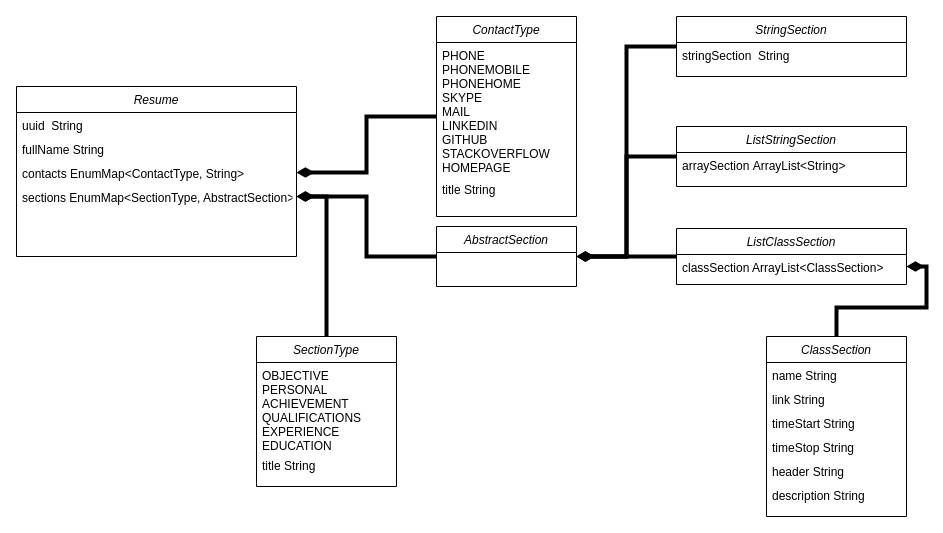
This is объектная модель резюме.drawio from darken321/diagrams, a draw.io file, before an edit. Source tidied: cells renumbered, new cells numbered last; positions are measured from the earlier drawing's top-left corner, leaving out a move shared by most shapes. Both pictures are drawn from the tidied source at 100%, with x=0, y=0 at pixel (16, 16).
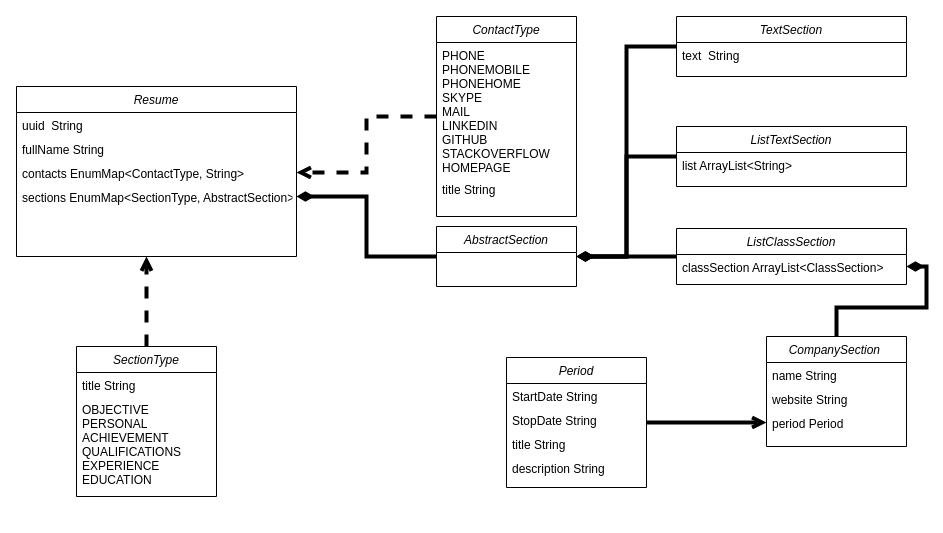
The same page after the edit.

Commit message:
Обновление объектная модель резюме1.drawio

Unchanged cells that the change refers to:
```xml
<mxCell id="5" value="contacts EnumMap&lt;ContactType, String&gt;" style="text;align=left;verticalAlign=top;spacingLeft=4;spacingRight=4;overflow=hidden;points=[[0,0.5],[1,0.5]];portConstraint=eastwest;" parent="2" vertex="1">
  <mxGeometry y="74" width="280" height="24" as="geometry" />
</mxCell>
<mxCell id="6" value="sections EnumMap&lt;SectionType, AbstractSection&gt;" style="text;align=left;verticalAlign=top;spacingLeft=4;spacingRight=4;overflow=hidden;points=[[0,0.5],[1,0.5]];portConstraint=eastwest;" parent="2" vertex="1">
  <mxGeometry y="98" width="280" height="24" as="geometry" />
</mxCell>
<mxCell id="12" value="ContactType" style="swimlane;fontStyle=2;align=center;verticalAlign=top;horizontal=1;startSize=26;rounded=0;shadow=0;strokeWidth=1;" parent="1" vertex="1">
  <mxGeometry x="420" width="140" height="200" as="geometry" />
</mxCell>
```

What changed in the source:
```diff
@@
-    <mxCell id="7" style="edgeStyle=orthogonalEdgeStyle;rounded=0;jettySize=auto;html=1;entryX=1;entryY=0.5;entryDx=0;entryDy=0;strokeWidth=4;endArrow=diamondThin;endFill=1;" parent="1" edge="1" source="8" target="6">
-      <mxGeometry relative="1" as="geometry" />
+    <mxCell id="7" style="edgeStyle=orthogonalEdgeStyle;rounded=0;jettySize=auto;html=1;strokeWidth=4;endArrow=open;endFill=0;dashed=1;" parent="1" edge="1" source="8">
+      <mxGeometry relative="1" as="geometry">
+        <mxPoint x="130" y="240" as="targetPoint" />
+      </mxGeometry>
     </mxCell>
     <mxCell id="8" value="SectionType" style="swimlane;fontStyle=2;align=center;verticalAlign=top;horizontal=1;startSize=26;rounded=0;shadow=0;strokeWidth=1;" parent="1" vertex="1">
-      <mxGeometry x="240" y="320" width="140" height="150" as="geometry" />
+      <mxGeometry x="60" y="330" width="140" height="150" as="geometry" />
     </mxCell>
+    <mxCell id="10" value="title String" style="text;align=left;verticalAlign=top;spacingLeft=4;spacingRight=4;overflow=hidden;" parent="8" vertex="1">
+      <mxGeometry y="26" width="140" height="24" as="geometry" />
+    </mxCell>
     <mxCell id="9" value="OBJECTIVE&#10;PERSONAL&#10;ACHIEVEMENT&#10;QUALIFICATIONS&#10;EXPERIENCE&#10;EDUCATION" style="text;align=left;verticalAlign=top;spacingLeft=4;spacingRight=4;overflow=hidden;" parent="8" vertex="1">
-      <mxGeometry y="26" width="140" height="90" as="geometry" />
+      <mxGeometry y="50" width="140" height="90" as="geometry" />
     </mxCell>
-    <mxCell id="10" value="title String" style="text;align=left;verticalAlign=top;spacingLeft=4;spacingRight=4;overflow=hidden;" parent="8" vertex="1">
-      <mxGeometry y="116" width="140" height="24" as="geometry" />
-    </mxCell>
-    <mxCell id="11" style="edgeStyle=orthogonalEdgeStyle;rounded=0;jettySize=auto;html=1;entryX=1;entryY=0.5;entryDx=0;entryDy=0;endArrow=diamondThin;endFill=1;strokeWidth=4;" parent="1" edge="1" source="12" target="5">
+    <mxCell id="11" style="edgeStyle=orthogonalEdgeStyle;rounded=0;jettySize=auto;html=1;entryX=1;entryY=0.5;entryDx=0;entryDy=0;endArrow=open;endFill=0;strokeWidth=4;dashed=1;" parent="1" edge="1" source="12" target="5">
       <mxGeometry relative="1" as="geometry" />
     </mxCell>
@@
-    <mxCell id="16" value="StringSection" style="swimlane;fontStyle=2;align=center;verticalAlign=top;horizontal=1;startSize=26;rounded=0;shadow=0;strokeWidth=1;" parent="1" vertex="1">
+    <mxCell id="16" value="TextSection" style="swimlane;fontStyle=2;align=center;verticalAlign=top;horizontal=1;startSize=26;rounded=0;shadow=0;strokeWidth=1;" parent="1" vertex="1">
       <mxGeometry x="660" width="230" height="60" as="geometry" />
     </mxCell>
-    <mxCell id="17" value="stringSection  String" style="text;align=left;verticalAlign=top;spacingLeft=4;spacingRight=4;overflow=hidden;" parent="16" vertex="1">
+    <mxCell id="17" value="text  String" style="text;align=left;verticalAlign=top;spacingLeft=4;spacingRight=4;overflow=hidden;" parent="16" vertex="1">
       <mxGeometry y="26" width="230" height="24" as="geometry" />
     </mxCell>
@@
-    <mxCell id="19" value="ClassSection" style="swimlane;fontStyle=2;align=center;verticalAlign=top;horizontal=1;startSize=26;rounded=0;shadow=0;strokeWidth=1;" parent="1" vertex="1">
-      <mxGeometry x="750" y="320" width="140" height="180" as="geometry" />
+    <mxCell id="19" value="CompanySection " style="swimlane;fontStyle=2;align=center;verticalAlign=top;horizontal=1;startSize=26;rounded=0;shadow=0;strokeWidth=1;" parent="1" vertex="1">
+      <mxGeometry x="750" y="320" width="140" height="110" as="geometry" />
     </mxCell>
@@
-    <mxCell id="21" value="link String" style="text;align=left;verticalAlign=top;spacingLeft=4;spacingRight=4;overflow=hidden;" parent="19" vertex="1">
+    <mxCell id="21" value="website String" style="text;align=left;verticalAlign=top;spacingLeft=4;spacingRight=4;overflow=hidden;" parent="19" vertex="1">
       <mxGeometry y="50" width="140" height="24" as="geometry" />
     </mxCell>
-    <mxCell id="22" value="timeStart String" style="text;align=left;verticalAlign=top;spacingLeft=4;spacingRight=4;overflow=hidden;" parent="19" vertex="1">
-      <mxGeometry y="74" width="140" height="24" as="geometry" />
-    </mxCell>
-    <mxCell id="23" value="timeStop String" style="text;align=left;verticalAlign=top;spacingLeft=4;spacingRight=4;overflow=hidden;" parent="19" vertex="1">
-      <mxGeometry y="98" width="140" height="24" as="geometry" />
-    </mxCell>
-    <mxCell id="24" value="header String" style="text;align=left;verticalAlign=top;spacingLeft=4;spacingRight=4;overflow=hidden;" parent="19" vertex="1">
-      <mxGeometry y="122" width="140" height="24" as="geometry" />
-    </mxCell>
-    <mxCell id="25" value="description String" style="text;align=left;verticalAlign=top;spacingLeft=4;spacingRight=4;overflow=hidden;points=[[0,0.5],[1,0.5]];portConstraint=eastwest;" parent="19" vertex="1">
-      <mxGeometry y="146" width="140" height="24" as="geometry" />
+    <mxCell id="25" value="period Period" style="text;align=left;verticalAlign=top;spacingLeft=4;spacingRight=4;overflow=hidden;points=[[0,0.5],[1,0.5]];portConstraint=eastwest;" parent="19" vertex="1">
+      <mxGeometry y="74" width="140" height="24" as="geometry" />
     </mxCell>
@@
-    <mxCell id="29" value="ListStringSection" style="swimlane;fontStyle=2;align=center;verticalAlign=top;horizontal=1;startSize=26;rounded=0;shadow=0;strokeWidth=1;" parent="1" vertex="1">
+    <mxCell id="29" value="ListTextSection" style="swimlane;fontStyle=2;align=center;verticalAlign=top;horizontal=1;startSize=26;rounded=0;shadow=0;strokeWidth=1;" parent="1" vertex="1">
       <mxGeometry x="660" y="110" width="230" height="60" as="geometry" />
     </mxCell>
-    <mxCell id="30" value="arraySection ArrayList&lt;String&gt;&#10;" style="text;align=left;verticalAlign=top;spacingLeft=4;spacingRight=4;overflow=hidden;" parent="29" vertex="1">
+    <mxCell id="30" value="list ArrayList&lt;String&gt;&#10;" style="text;align=left;verticalAlign=top;spacingLeft=4;spacingRight=4;overflow=hidden;" parent="29" vertex="1">
       <mxGeometry y="26" width="230" height="20" as="geometry" />
     </mxCell>
@@
+    <mxCell id="34" style="edgeStyle=orthogonalEdgeStyle;rounded=0;jettySize=auto;html=1;strokeWidth=4;endArrow=open;endFill=0;" parent="1" edge="1" source="35" target="25">
+      <mxGeometry relative="1" as="geometry" />
+    </mxCell>
+    <mxCell id="35" value="Period" style="swimlane;fontStyle=2;align=center;verticalAlign=top;horizontal=1;startSize=26;rounded=0;shadow=0;strokeWidth=1;" parent="1" vertex="1">
+      <mxGeometry x="490" y="341" width="140" height="130" as="geometry" />
+    </mxCell>
+    <mxCell id="36" value="StartDate String" style="text;align=left;verticalAlign=top;spacingLeft=4;spacingRight=4;overflow=hidden;" parent="35" vertex="1">
+      <mxGeometry y="26" width="140" height="24" as="geometry" />
+    </mxCell>
+    <mxCell id="37" value="StopDate String" style="text;align=left;verticalAlign=top;spacingLeft=4;spacingRight=4;overflow=hidden;" parent="35" vertex="1">
+      <mxGeometry y="50" width="140" height="24" as="geometry" />
+    </mxCell>
+    <mxCell id="38" value="title String" style="text;align=left;verticalAlign=top;spacingLeft=4;spacingRight=4;overflow=hidden;" parent="35" vertex="1">
+      <mxGeometry y="74" width="140" height="24" as="geometry" />
+    </mxCell>
+    <mxCell id="39" value="description String" style="text;align=left;verticalAlign=top;spacingLeft=4;spacingRight=4;overflow=hidden;" parent="35" vertex="1">
+      <mxGeometry y="98" width="140" height="24" as="geometry" />
+    </mxCell>
```
